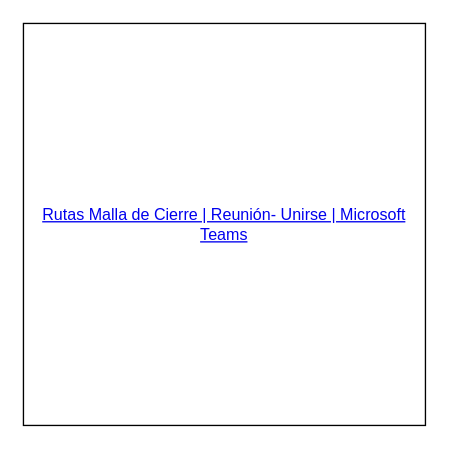
Before: Diagrama sin título.drawio in rgil93/Prueba, a draw.io diagram. Source tidied: cells renumbered, new cells numbered last; positions are measured from the earlier drawing's top-left corner, leaving out a move shared by most shapes. Both pictures are drawn from the tidied source at 134%, with x=0, y=0 at pixel (23, 23).
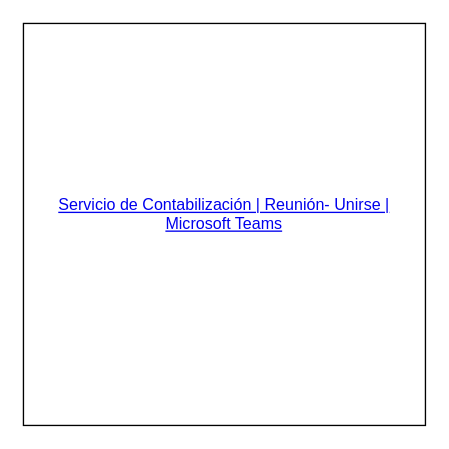
After the change.

Diff of the diagram source:
```diff
@@
 <mxGraphModel>
   <root>
     <mxCell id="0" />
     <mxCell id="1" parent="0" />
-    <mxCell id="2" value="&lt;div&gt;&lt;a dir=&quot;auto&quot; tabindex=&quot;0&quot; rel=&quot;noopener noreferrer&quot; target=&quot;_blank&quot; href=&quot;https://teams.microsoft.com/l/meetup-join/19%253ameeting_YzJjYjgyMGQtNGEyZi00M2JmLWI0MjAtY2VhOTlkZTFjYTc2%2540thread.v2/0?context=%257b%2522Tid%2522%253a%252210a76712-94f6-46a2-9155-31bd8b76f937%2522%252c%2522Oid%2522%253a%25222a993d20-73c4-482a-b03c-164983dbd8a1%2522%257d&quot;&gt;Rutas Malla de Cierre | Reunión- Unirse | Microsoft Teams&lt;/a&gt;&lt;/div&gt;" style="whiteSpace=wrap;html=1;" parent="1" vertex="1">
+    <mxCell id="2" value="&lt;div&gt;&lt;a dir=&quot;auto&quot; tabindex=&quot;0&quot; rel=&quot;noopener noreferrer&quot; target=&quot;_blank&quot; href=&quot;https://teams.microsoft.com/l/meetup-join/19%253ameeting_ODE1NDUxNmEtNGMxYi00MjllLTg2MjgtNWJhNDczMzZhYjk2%2540thread.v2/0?context=%257b%2522Tid%2522%253a%252210a76712-94f6-46a2-9155-31bd8b76f937%2522%252c%2522Oid%2522%253a%2522257b3371-5433-4ced-ae2c-40ed6ea68b44%2522%257d&quot;&gt;Servicio de Contabilización | Reunión- Unirse | Microsoft Teams&lt;/a&gt;&lt;/div&gt;&lt;div&gt;&lt;br&gt;&lt;/div&gt;" style="whiteSpace=wrap;html=1;" parent="1" vertex="1">
       <mxGeometry width="300" height="300" as="geometry" />
     </mxCell>
   </root>
 </mxGraphModel>
```
